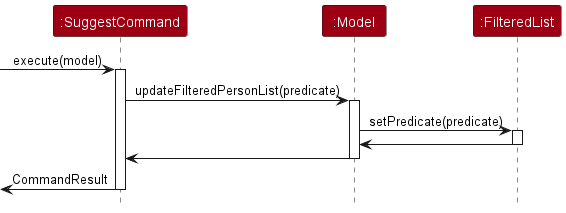
The PlantUML diagram docs/images/SuggestFriendSequenceDiagram.png in nus-cs2103-AY2223S1/tp, before a commit.
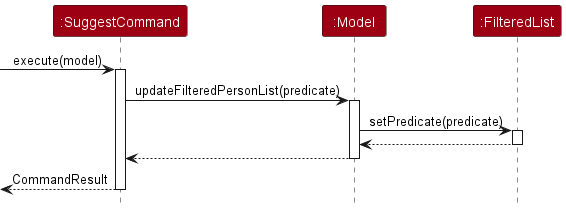
After the change.

Diff of the diagram source:
```diff
@@ -14,13 +14,13 @@
 Model -> FilteredList: setPredicate(predicate)
 activate FilteredList
 
-Model <- FilteredList
+Model <-- FilteredList
 deactivate FilteredList
 
-SuggestCommand <- Model
+SuggestCommand <-- Model
 deactivate Model
 
-[<- SuggestCommand: CommandResult
+[<-- SuggestCommand: CommandResult
 deactivate SuggestCommand
 
 @enduml
```
